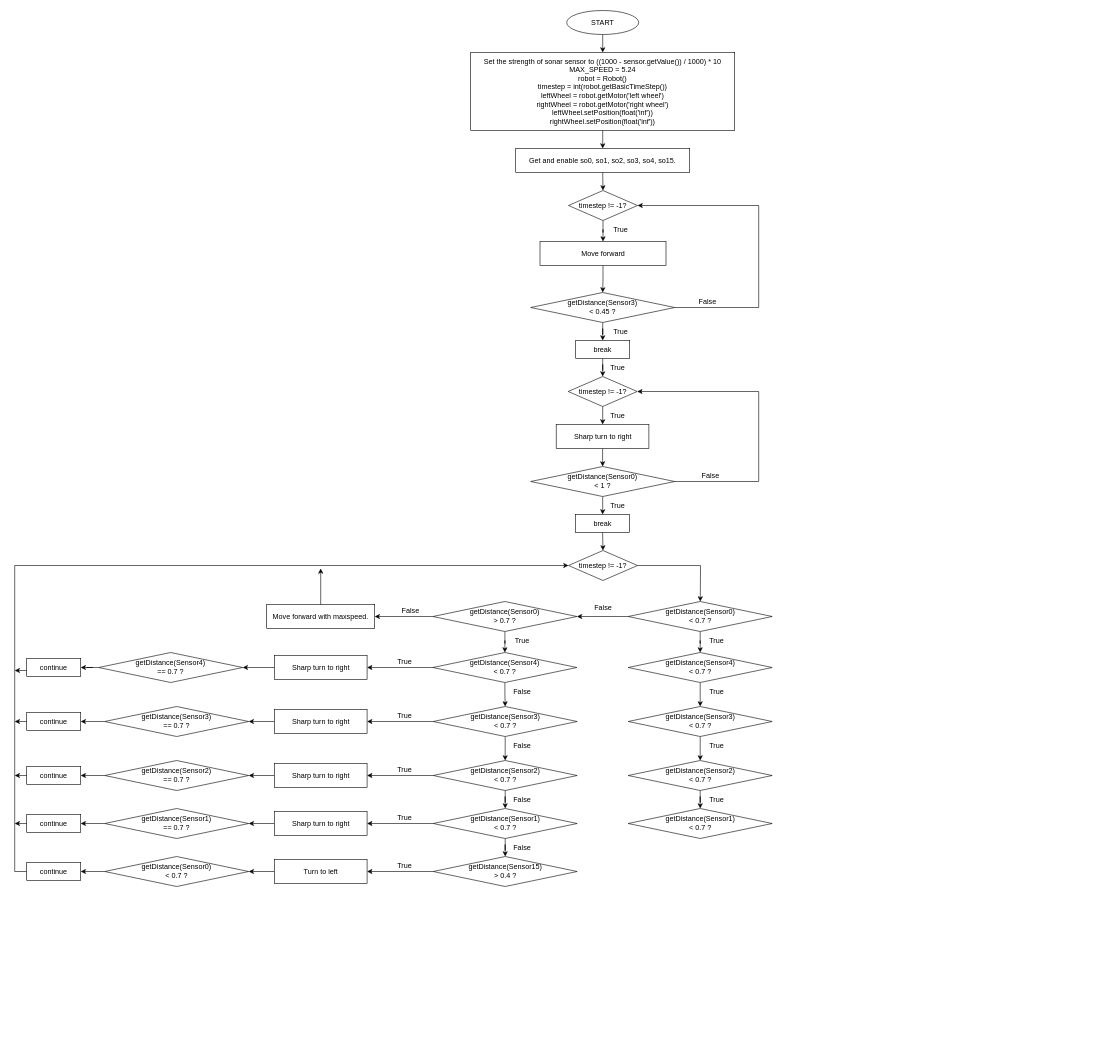
Above: Wall Following Robot.drawio in Fololorose/Advanced-Robotics-Team-Recruitment-Test (draw.io), before the change. Source tidied: cells renumbered, new cells numbered last; positions are measured from the earlier drawing's top-left corner, leaving out a move shared by most shapes. Both pictures are drawn from the tidied source at 60%, with x=0, y=0 at pixel (14, 10).
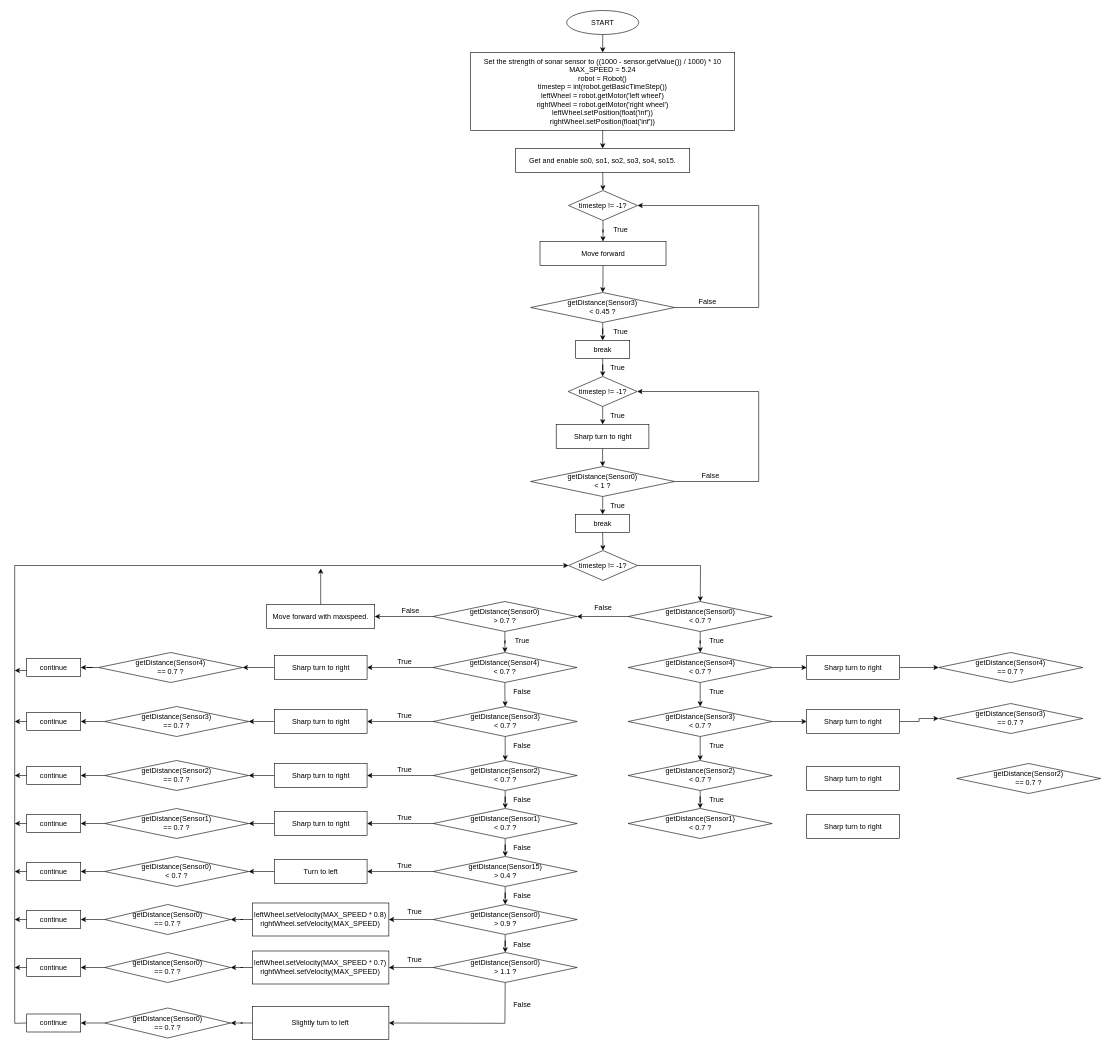
The same diagram, later.

The change refers to these unchanged cells:
```xml
<mxCell id="32" value="getDistance(Sensor4) &lt;br&gt;&amp;lt; 0.7 ?" style="rhombus;whiteSpace=wrap;html=1;fontSize=12;fontColor=#000000;" parent="1" vertex="1">
  <mxGeometry x="1022.5" y="1070" width="240" height="50" as="geometry" />
</mxCell>
<mxCell id="34" value="getDistance(Sensor3) &lt;br&gt;&amp;lt; 0.7 ?" style="rhombus;whiteSpace=wrap;html=1;fontSize=12;fontColor=#000000;" parent="1" vertex="1">
  <mxGeometry x="1022.5" y="1160" width="240" height="50" as="geometry" />
</mxCell>
<mxCell id="49" value="timestep != -1?" style="rhombus;whiteSpace=wrap;html=1;fontSize=12;fontColor=#000000;" parent="1" vertex="1">
  <mxGeometry x="923" y="900" width="115" height="50" as="geometry" />
</mxCell>
<mxCell id="101" value="getDistance(Sensor15) &lt;br&gt;&amp;gt; 0.4 ?" style="rhombus;whiteSpace=wrap;html=1;fontSize=12;fontColor=#000000;" parent="1" vertex="1">
  <mxGeometry x="697.5" y="1410" width="240" height="50" as="geometry" />
</mxCell>
<mxCell id="107" value="continue" style="rounded=0;whiteSpace=wrap;html=1;fontSize=12;fontColor=#000000;" parent="1" vertex="1">
  <mxGeometry x="20" y="1420" width="90" height="30" as="geometry" />
</mxCell>
```

What changed in the source:
```diff
@@
+    <mxCell id="110" style="edgeStyle=orthogonalEdgeStyle;rounded=0;jettySize=auto;html=1;fontSize=12;fontColor=#000000;" parent="1" edge="1" source="32" target="143">
+      <mxGeometry relative="1" as="geometry" />
+    </mxCell>
@@
+    <mxCell id="111" style="edgeStyle=orthogonalEdgeStyle;rounded=0;jettySize=auto;html=1;fontSize=12;fontColor=#000000;" parent="1" edge="1" source="34" target="145">
+      <mxGeometry relative="1" as="geometry" />
+    </mxCell>
@@
-    <mxCell id="90" style="endArrow=classic;html=1;rounded=0;fontSize=12;fontColor=#000000;entryX=0;entryY=0.5;entryDx=0;entryDy=0;exitX=0;exitY=0.5;exitDx=0;exitDy=0;" parent="1" edge="1" source="107" target="49">
+    <mxCell id="90" style="endArrow=classic;html=1;rounded=0;fontSize=12;fontColor=#000000;entryX=0;entryY=0.5;entryDx=0;entryDy=0;exitX=0;exitY=0.5;exitDx=0;exitDy=0;" parent="1" edge="1" source="135" target="49">
       <mxGeometry relative="1" as="geometry">
         <Array as="points">
+          <mxPoint y="1688" />
           <mxPoint y="1435" />
           <mxPoint y="1360" />
           <mxPoint y="925" />
         </Array>
       </mxGeometry>
     </mxCell>
@@
+    <mxCell id="112" style="edgeStyle=orthogonalEdgeStyle;rounded=0;jettySize=auto;html=1;fontSize=12;fontColor=#000000;" parent="1" edge="1" source="101" target="115">
+      <mxGeometry relative="1" as="geometry" />
+    </mxCell>
@@
+    <mxCell id="113" style="edgeStyle=orthogonalEdgeStyle;rounded=0;jettySize=auto;html=1;fontSize=12;fontColor=#000000;" parent="1" edge="1" source="115" target="117">
+      <mxGeometry relative="1" as="geometry" />
+    </mxCell>
+    <mxCell id="114" style="edgeStyle=orthogonalEdgeStyle;rounded=0;jettySize=auto;html=1;fontSize=12;fontColor=#000000;" parent="1" edge="1" source="115" target="119">
+      <mxGeometry relative="1" as="geometry" />
+    </mxCell>
+    <mxCell id="115" value="getDistance(Sensor0) &lt;br&gt;&amp;gt; 0.9 ?" style="rhombus;whiteSpace=wrap;html=1;fontSize=12;fontColor=#000000;" parent="1" vertex="1">
+      <mxGeometry x="697.5" y="1490" width="240" height="50" as="geometry" />
+    </mxCell>
+    <mxCell id="116" style="edgeStyle=orthogonalEdgeStyle;rounded=0;jettySize=auto;html=1;fontSize=12;fontColor=#000000;" parent="1" edge="1" source="117" target="121">
+      <mxGeometry relative="1" as="geometry" />
+    </mxCell>
+    <mxCell id="117" value="getDistance(Sensor0) &lt;br&gt;&amp;gt; 1.1 ?" style="rhombus;whiteSpace=wrap;html=1;fontSize=12;fontColor=#000000;" parent="1" vertex="1">
+      <mxGeometry x="697.5" y="1570" width="240" height="50" as="geometry" />
+    </mxCell>
+    <mxCell id="118" style="edgeStyle=orthogonalEdgeStyle;rounded=0;jettySize=auto;html=1;fontSize=12;fontColor=#000000;" parent="1" edge="1" source="119" target="125">
+      <mxGeometry relative="1" as="geometry" />
+    </mxCell>
+    <mxCell id="119" value="leftWheel.setVelocity(MAX_SPEED * 0.8)&lt;br&gt;rightWheel.setVelocity(MAX_SPEED)" style="rounded=0;whiteSpace=wrap;html=1;fontSize=12;fontColor=#000000;" parent="1" vertex="1">
+      <mxGeometry x="396.4" y="1487.5" width="227.2" height="55" as="geometry" />
+    </mxCell>
+    <mxCell id="120" style="edgeStyle=orthogonalEdgeStyle;rounded=0;jettySize=auto;html=1;fontSize=12;fontColor=#000000;" parent="1" edge="1" source="121" target="127">
+      <mxGeometry relative="1" as="geometry" />
+    </mxCell>
+    <mxCell id="121" value="leftWheel.setVelocity(MAX_SPEED * 0.7)&lt;br&gt;rightWheel.setVelocity(MAX_SPEED)" style="rounded=0;whiteSpace=wrap;html=1;fontSize=12;fontColor=#000000;" parent="1" vertex="1">
+      <mxGeometry x="396.4" y="1567.5" width="227.2" height="55" as="geometry" />
+    </mxCell>
+    <mxCell id="122" value="True" style="text;html=1;strokeColor=none;fillColor=none;align=center;verticalAlign=middle;whiteSpace=wrap;rounded=0;fontSize=12;fontColor=#000000;" parent="1" vertex="1">
+      <mxGeometry x="637" y="1487.5" width="60" height="30" as="geometry" />
+    </mxCell>
+    <mxCell id="123" value="True" style="text;html=1;strokeColor=none;fillColor=none;align=center;verticalAlign=middle;whiteSpace=wrap;rounded=0;fontSize=12;fontColor=#000000;" parent="1" vertex="1">
+      <mxGeometry x="637" y="1567.5" width="60" height="30" as="geometry" />
+    </mxCell>
+    <mxCell id="124" style="edgeStyle=orthogonalEdgeStyle;rounded=0;jettySize=auto;html=1;fontSize=12;fontColor=#000000;" parent="1" edge="1" source="125" target="128">
+      <mxGeometry relative="1" as="geometry" />
+    </mxCell>
+    <mxCell id="125" value="getDistance(Sensor0) &lt;br&gt;== 0.7 ?" style="rhombus;whiteSpace=wrap;html=1;fontSize=12;fontColor=#000000;" parent="1" vertex="1">
+      <mxGeometry x="150" y="1490" width="210" height="50" as="geometry" />
+    </mxCell>
+    <mxCell id="126" style="edgeStyle=orthogonalEdgeStyle;rounded=0;jettySize=auto;html=1;fontSize=12;fontColor=#000000;" parent="1" edge="1" source="127" target="129">
+      <mxGeometry relative="1" as="geometry" />
+    </mxCell>
+    <mxCell id="127" value="getDistance(Sensor0) &lt;br&gt;== 0.7 ?" style="rhombus;whiteSpace=wrap;html=1;fontSize=12;fontColor=#000000;" parent="1" vertex="1">
+      <mxGeometry x="150" y="1570" width="210" height="50" as="geometry" />
+    </mxCell>
+    <mxCell id="128" value="continue" style="rounded=0;whiteSpace=wrap;html=1;fontSize=12;fontColor=#000000;" parent="1" vertex="1">
+      <mxGeometry x="20" y="1500" width="90" height="30" as="geometry" />
+    </mxCell>
+    <mxCell id="129" value="continue" style="rounded=0;whiteSpace=wrap;html=1;fontSize=12;fontColor=#000000;" parent="1" vertex="1">
+      <mxGeometry x="20" y="1580" width="90" height="30" as="geometry" />
+    </mxCell>
+    <mxCell id="130" style="edgeStyle=orthogonalEdgeStyle;rounded=0;jettySize=auto;html=1;fontSize=12;fontColor=#000000;" parent="1" edge="1" source="131" target="137">
+      <mxGeometry relative="1" as="geometry" />
+    </mxCell>
+    <mxCell id="131" value="Slightly turn to left" style="rounded=0;whiteSpace=wrap;html=1;fontSize=12;fontColor=#000000;" parent="1" vertex="1">
+      <mxGeometry x="396.4" y="1660" width="227.2" height="55" as="geometry" />
+    </mxCell>
+    <mxCell id="132" value="False" style="text;html=1;strokeColor=none;fillColor=none;align=center;verticalAlign=middle;whiteSpace=wrap;rounded=0;fontSize=12;fontColor=#000000;" parent="1" vertex="1">
+      <mxGeometry x="815.5" y="1460" width="60" height="30" as="geometry" />
+    </mxCell>
+    <mxCell id="133" value="False" style="text;html=1;strokeColor=none;fillColor=none;align=center;verticalAlign=middle;whiteSpace=wrap;rounded=0;fontSize=12;fontColor=#000000;" parent="1" vertex="1">
+      <mxGeometry x="815.5" y="1542.5" width="60" height="30" as="geometry" />
+    </mxCell>
+    <mxCell id="134" style="endArrow=classic;html=1;rounded=0;fontSize=12;fontColor=#000000;exitX=0.5;exitY=1;exitDx=0;exitDy=0;entryX=1;entryY=0.5;entryDx=0;entryDy=0;" parent="1" edge="1" source="117" target="131">
+      <mxGeometry relative="1" as="geometry">
+        <Array as="points">
+          <mxPoint x="817" y="1688" />
+        </Array>
+      </mxGeometry>
+    </mxCell>
+    <mxCell id="135" value="continue" style="rounded=0;whiteSpace=wrap;html=1;fontSize=12;fontColor=#000000;" parent="1" vertex="1">
+      <mxGeometry x="20" y="1672.5" width="90" height="30" as="geometry" />
+    </mxCell>
+    <mxCell id="136" style="edgeStyle=orthogonalEdgeStyle;rounded=0;jettySize=auto;html=1;fontSize=12;fontColor=#000000;" parent="1" edge="1" source="137" target="135">
+      <mxGeometry relative="1" as="geometry" />
+    </mxCell>
+    <mxCell id="137" value="getDistance(Sensor0) &lt;br&gt;== 0.7 ?" style="rhombus;whiteSpace=wrap;html=1;fontSize=12;fontColor=#000000;" parent="1" vertex="1">
+      <mxGeometry x="150" y="1662.5" width="210" height="50" as="geometry" />
+    </mxCell>
+    <mxCell id="138" style="endArrow=classic;html=1;rounded=0;fontSize=12;fontColor=#000000;exitX=0;exitY=0.5;exitDx=0;exitDy=0;" parent="1" edge="1" source="129">
+      <mxGeometry relative="1" as="geometry">
+        <mxPoint y="1595" as="targetPoint" />
+      </mxGeometry>
+    </mxCell>
+    <mxCell id="139" style="endArrow=classic;html=1;rounded=0;fontSize=12;fontColor=#000000;exitX=0;exitY=0.5;exitDx=0;exitDy=0;" parent="1" edge="1" source="128">
+      <mxGeometry relative="1" as="geometry">
+        <mxPoint y="1515" as="targetPoint" />
+      </mxGeometry>
+    </mxCell>
+    <mxCell id="140" style="endArrow=classic;html=1;rounded=0;fontSize=12;fontColor=#000000;exitX=0;exitY=0.5;exitDx=0;exitDy=0;" parent="1" edge="1" source="107">
+      <mxGeometry relative="1" as="geometry">
+        <mxPoint y="1435" as="targetPoint" />
+      </mxGeometry>
+    </mxCell>
+    <mxCell id="141" value="False" style="text;html=1;strokeColor=none;fillColor=none;align=center;verticalAlign=middle;whiteSpace=wrap;rounded=0;fontSize=12;fontColor=#000000;" parent="1" vertex="1">
+      <mxGeometry x="815.5" y="1642.5" width="60" height="30" as="geometry" />
+    </mxCell>
+    <mxCell id="142" style="edgeStyle=orthogonalEdgeStyle;rounded=0;jettySize=auto;html=1;fontSize=12;fontColor=#000000;" parent="1" edge="1" source="143" target="146">
+      <mxGeometry relative="1" as="geometry" />
+    </mxCell>
+    <mxCell id="143" value="Sharp turn to right" style="rounded=0;whiteSpace=wrap;html=1;fontSize=12;fontColor=#000000;" parent="1" vertex="1">
+      <mxGeometry x="1320" y="1075" width="154.5" height="40" as="geometry" />
+    </mxCell>
+    <mxCell id="144" style="edgeStyle=orthogonalEdgeStyle;rounded=0;jettySize=auto;html=1;fontSize=12;fontColor=#000000;" parent="1" edge="1" source="145" target="147">
+      <mxGeometry relative="1" as="geometry" />
+    </mxCell>
+    <mxCell id="145" value="Sharp turn to right" style="rounded=0;whiteSpace=wrap;html=1;fontSize=12;fontColor=#000000;" parent="1" vertex="1">
+      <mxGeometry x="1320" y="1165" width="154.5" height="40" as="geometry" />
+    </mxCell>
+    <mxCell id="146" value="getDistance(Sensor4) &lt;br&gt;== 0.7 ?" style="rhombus;whiteSpace=wrap;html=1;fontSize=12;fontColor=#000000;" parent="1" vertex="1">
+      <mxGeometry x="1540" y="1070" width="240" height="50" as="geometry" />
+    </mxCell>
+    <mxCell id="147" value="getDistance(Sensor3) &lt;br&gt;== 0.7 ?" style="rhombus;whiteSpace=wrap;html=1;fontSize=12;fontColor=#000000;" parent="1" vertex="1">
+      <mxGeometry x="1540" y="1155" width="240" height="50" as="geometry" />
+    </mxCell>
+    <mxCell id="148" value="getDistance(Sensor2) &lt;br&gt;== 0.7 ?" style="rhombus;whiteSpace=wrap;html=1;fontSize=12;fontColor=#000000;" parent="1" vertex="1">
+      <mxGeometry x="1570" y="1255" width="240" height="50" as="geometry" />
+    </mxCell>
+    <mxCell id="149" value="Sharp turn to right" style="rounded=0;whiteSpace=wrap;html=1;fontSize=12;fontColor=#000000;" parent="1" vertex="1">
+      <mxGeometry x="1320" y="1260" width="154.5" height="40" as="geometry" />
+    </mxCell>
+    <mxCell id="150" value="Sharp turn to right" style="rounded=0;whiteSpace=wrap;html=1;fontSize=12;fontColor=#000000;" parent="1" vertex="1">
+      <mxGeometry x="1320" y="1340" width="154.5" height="40" as="geometry" />
+    </mxCell>
```
